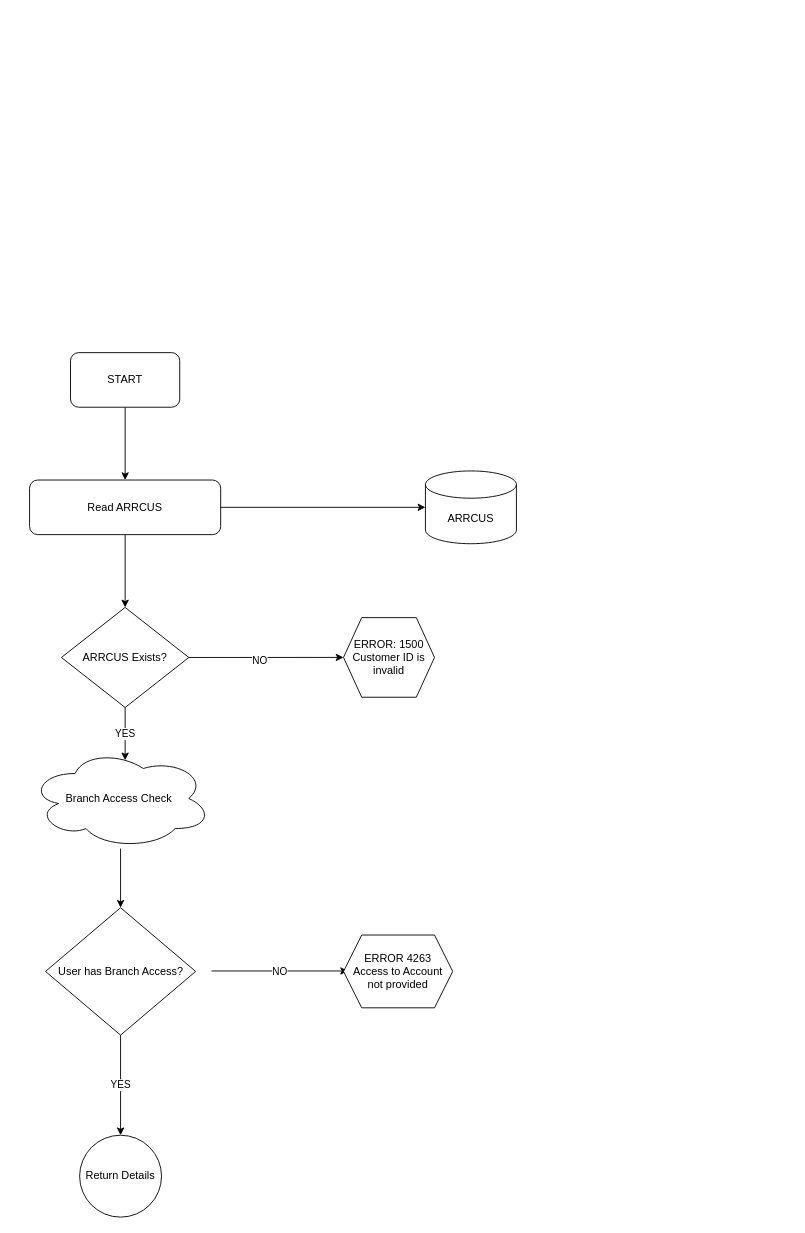
The draw.io diagram Get_Customer_Info.drawio in eme-invera/Customer_Maintenance, before the edit. Source tidied: cells renumbered, new cells numbered last; positions are measured from the earlier drawing's top-left corner, leaving out a move shared by most shapes. Both pictures are drawn from the tidied source at 91%, with x=0, y=0 at pixel (29, 352).
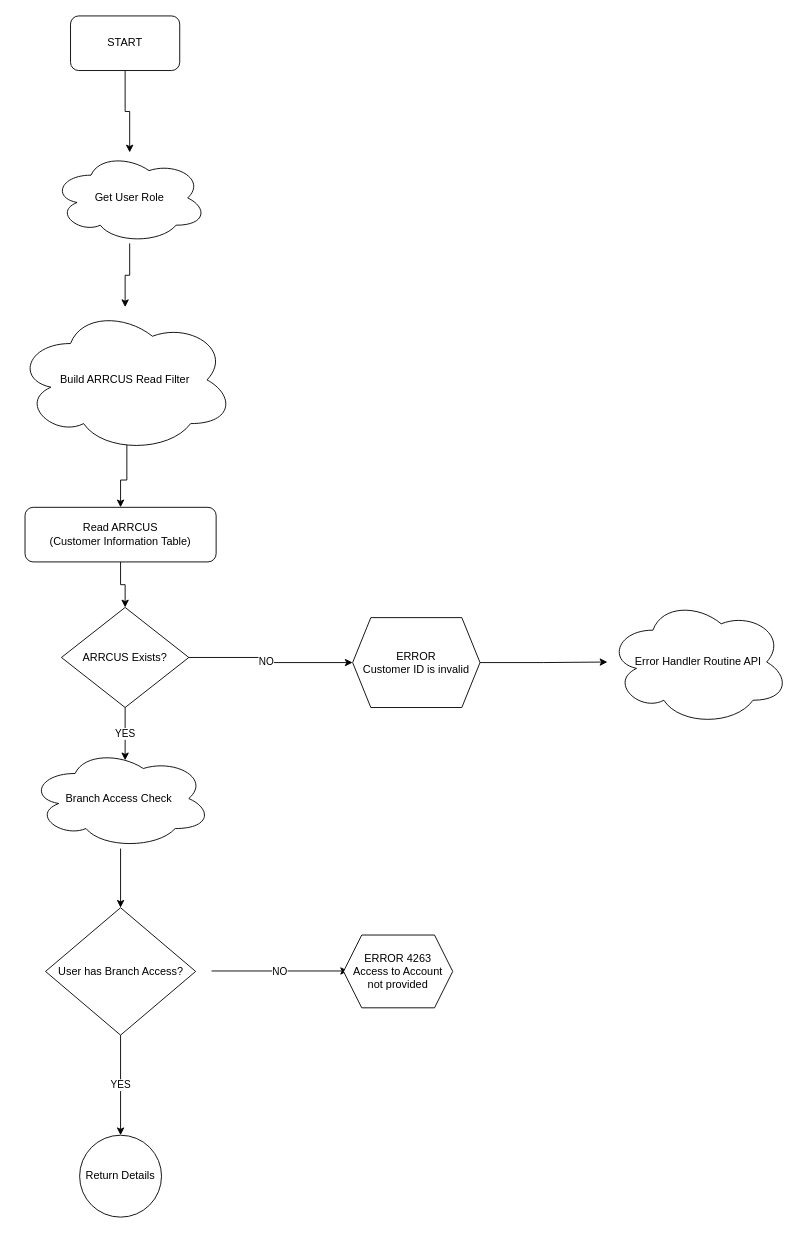
After the change.

What changed in the source:
```diff
@@
-    <mxCell id="2" style="edgeStyle=orthogonalEdgeStyle;rounded=0;jettySize=auto;html=1;exitX=0.5;exitY=1;exitDx=0;exitDy=0;entryX=0.5;entryY=0;entryDx=0;entryDy=0;" parent="1" edge="1" source="3" target="5">
+    <mxCell id="2" style="edgeStyle=orthogonalEdgeStyle;rounded=0;jettySize=auto;html=1;exitX=0.5;exitY=1;exitDx=0;exitDy=0;" parent="1" edge="1" source="3" target="25">
       <mxGeometry relative="1" as="geometry" />
     </mxCell>
     <mxCell id="3" value="START" style="rounded=1;whiteSpace=wrap;html=1;" parent="1" vertex="1">
-      <mxGeometry x="45" width="120" height="60" as="geometry" />
+      <mxGeometry x="45" y="-370" width="120" height="60" as="geometry" />
     </mxCell>
@@
-    <mxCell id="5" value="Read ARRCUS" style="rounded=1;whiteSpace=wrap;html=1;" parent="1" vertex="1">
-      <mxGeometry y="140" width="210" height="60" as="geometry" />
+    <mxCell id="5" value="Read ARRCUS&lt;br&gt;(Customer Information Table)" style="rounded=1;whiteSpace=wrap;html=1;" parent="1" vertex="1">
+      <mxGeometry x="-5" y="170" width="210" height="60" as="geometry" />
     </mxCell>
-    <mxCell id="6" value="ARRCUS" style="shape=cylinder3;whiteSpace=wrap;html=1;boundedLbl=1;backgroundOutline=1;size=15;" parent="1" vertex="1">
-      <mxGeometry x="435" y="130" width="100" height="80" as="geometry" />
-    </mxCell>
-    <mxCell id="7" style="edgeStyle=orthogonalEdgeStyle;rounded=0;jettySize=auto;html=1;exitX=1;exitY=0.5;exitDx=0;exitDy=0;entryX=0;entryY=0.5;entryDx=0;entryDy=0;entryPerimeter=0;" parent="1" edge="1" source="5" target="6">
-      <mxGeometry relative="1" as="geometry" />
-    </mxCell>
@@
+    <mxCell id="20" style="edgeStyle=orthogonalEdgeStyle;rounded=0;jettySize=auto;html=1;" parent="1" edge="1" source="11" target="21">
+      <mxGeometry relative="1" as="geometry" />
+    </mxCell>
-    <mxCell id="11" value="ERROR: 1500&lt;br&gt;Customer ID is invalid" style="shape=hexagon;perimeter=hexagonPerimeter2;whiteSpace=wrap;html=1;fixedSize=1;" parent="1" vertex="1">
-      <mxGeometry x="345" y="291.2" width="100" height="87.5" as="geometry" />
+    <mxCell id="11" value="ERROR&lt;br&gt;Customer ID is invalid" style="shape=hexagon;perimeter=hexagonPerimeter2;whiteSpace=wrap;html=1;fixedSize=1;" parent="1" vertex="1">
+      <mxGeometry x="355" y="291.2" width="140" height="98.8" as="geometry" />
     </mxCell>
@@
+    <mxCell id="21" value="Error Handler Routine API" style="ellipse;shape=cloud;whiteSpace=wrap;html=1;" parent="1" vertex="1">
+      <mxGeometry x="635" y="270" width="200" height="140" as="geometry" />
+    </mxCell>
+    <mxCell id="22" style="edgeStyle=orthogonalEdgeStyle;rounded=0;jettySize=auto;html=1;exitX=0.508;exitY=0.938;exitDx=0;exitDy=0;exitPerimeter=0;" parent="1" edge="1" source="23" target="5">
+      <mxGeometry relative="1" as="geometry" />
+    </mxCell>
+    <mxCell id="23" value="Build ARRCUS Read Filter" style="ellipse;shape=cloud;whiteSpace=wrap;html=1;" parent="1" vertex="1">
+      <mxGeometry x="-15" y="-50" width="240" height="160" as="geometry" />
+    </mxCell>
+    <mxCell id="24" style="edgeStyle=orthogonalEdgeStyle;rounded=0;jettySize=auto;html=1;" parent="1" edge="1" source="25" target="23">
+      <mxGeometry relative="1" as="geometry" />
+    </mxCell>
+    <mxCell id="25" value="Get User Role" style="ellipse;shape=cloud;whiteSpace=wrap;html=1;" parent="1" vertex="1">
+      <mxGeometry x="25" y="-220" width="170" height="100" as="geometry" />
+    </mxCell>
```
